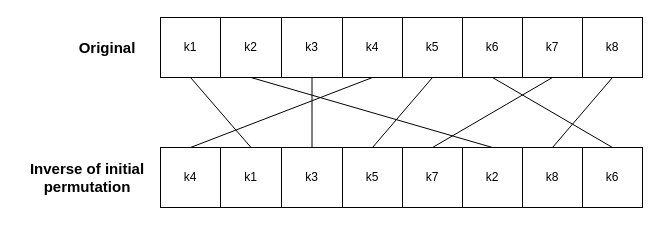
hejzlzd1/EducrypterUHK keeps this draw.io diagram as public/img/simpleDesPage/drawio/IIP.drawio. Above is the earlier version. Source tidied: cells renumbered, new cells numbered last; positions are measured from the earlier drawing's top-left corner, leaving out a move shared by most shapes. Both pictures are drawn from the tidied source at 100%, with x=0, y=0 at pixel (17, 17).
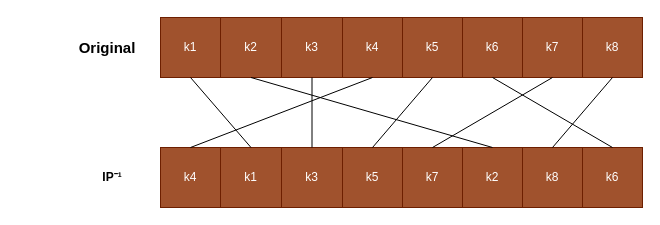
The same page after the edit.

The change refers to these unchanged cells:
```xml
<mxCell id="2" style="swimlane;startSize=0;" parent="1" vertex="1">
  <mxGeometry x="143" width="481" height="60" as="geometry" />
</mxCell>
<mxCell id="11" style="swimlane;startSize=0;" parent="1" vertex="1">
  <mxGeometry x="143" y="130" width="481" height="60" as="geometry" />
</mxCell>
```

What changed in the source:
```diff
@@
-    <mxCell id="3" value="k1" style="rounded=0;whiteSpace=wrap;html=1;" parent="2" vertex="1">
+    <mxCell id="3" value="k1" style="rounded=0;whiteSpace=wrap;html=1;fillColor=#a0522d;fontColor=#ffffff;strokeColor=#6D1F00;" parent="2" vertex="1">
       <mxGeometry width="60" height="60" as="geometry" />
     </mxCell>
-    <mxCell id="4" value="k2" style="rounded=0;whiteSpace=wrap;html=1;" parent="2" vertex="1">
+    <mxCell id="4" value="k2" style="rounded=0;whiteSpace=wrap;html=1;fillColor=#a0522d;fontColor=#ffffff;strokeColor=#6D1F00;" parent="2" vertex="1">
       <mxGeometry x="60" width="61" height="60" as="geometry" />
     </mxCell>
-    <mxCell id="5" value="k3" style="rounded=0;whiteSpace=wrap;html=1;" parent="2" vertex="1">
+    <mxCell id="5" value="k3" style="rounded=0;whiteSpace=wrap;html=1;fillColor=#a0522d;fontColor=#ffffff;strokeColor=#6D1F00;" parent="2" vertex="1">
       <mxGeometry x="121" width="61" height="60" as="geometry" />
     </mxCell>
-    <mxCell id="6" value="k4" style="rounded=0;whiteSpace=wrap;html=1;" parent="2" vertex="1">
+    <mxCell id="6" value="k4" style="rounded=0;whiteSpace=wrap;html=1;fillColor=#a0522d;fontColor=#ffffff;strokeColor=#6D1F00;" parent="2" vertex="1">
       <mxGeometry x="182" width="60" height="60" as="geometry" />
     </mxCell>
-    <mxCell id="7" value="k5" style="rounded=0;whiteSpace=wrap;html=1;" parent="2" vertex="1">
+    <mxCell id="7" value="k5" style="rounded=0;whiteSpace=wrap;html=1;fillColor=#a0522d;fontColor=#ffffff;strokeColor=#6D1F00;" parent="2" vertex="1">
       <mxGeometry x="242" width="60" height="60" as="geometry" />
     </mxCell>
-    <mxCell id="8" value="k6" style="rounded=0;whiteSpace=wrap;html=1;" parent="2" vertex="1">
+    <mxCell id="8" value="k6" style="rounded=0;whiteSpace=wrap;html=1;fillColor=#a0522d;fontColor=#ffffff;strokeColor=#6D1F00;" parent="2" vertex="1">
       <mxGeometry x="302" width="60" height="60" as="geometry" />
     </mxCell>
-    <mxCell id="9" value="k7" style="rounded=0;whiteSpace=wrap;html=1;" parent="2" vertex="1">
+    <mxCell id="9" value="k7" style="rounded=0;whiteSpace=wrap;html=1;fillColor=#a0522d;fontColor=#ffffff;strokeColor=#6D1F00;" parent="2" vertex="1">
       <mxGeometry x="362" width="60" height="60" as="geometry" />
     </mxCell>
-    <mxCell id="10" value="k8" style="rounded=0;whiteSpace=wrap;html=1;" parent="2" vertex="1">
+    <mxCell id="10" value="k8" style="rounded=0;whiteSpace=wrap;html=1;fillColor=#a0522d;fontColor=#ffffff;strokeColor=#6D1F00;" parent="2" vertex="1">
       <mxGeometry x="422" width="60" height="60" as="geometry" />
     </mxCell>
@@
-    <mxCell id="12" value="k4" style="rounded=0;whiteSpace=wrap;html=1;" parent="11" vertex="1">
+    <mxCell id="12" value="k4" style="rounded=0;whiteSpace=wrap;html=1;fillColor=#a0522d;fontColor=#ffffff;strokeColor=#6D1F00;" parent="11" vertex="1">
       <mxGeometry width="60" height="60" as="geometry" />
     </mxCell>
-    <mxCell id="13" value="k1" style="rounded=0;whiteSpace=wrap;html=1;" parent="11" vertex="1">
+    <mxCell id="13" value="k1" style="rounded=0;whiteSpace=wrap;html=1;fillColor=#a0522d;fontColor=#ffffff;strokeColor=#6D1F00;" parent="11" vertex="1">
       <mxGeometry x="60" width="61" height="60" as="geometry" />
     </mxCell>
-    <mxCell id="14" value="k3" style="rounded=0;whiteSpace=wrap;html=1;" parent="11" vertex="1">
+    <mxCell id="14" value="k3" style="rounded=0;whiteSpace=wrap;html=1;fillColor=#a0522d;fontColor=#ffffff;strokeColor=#6D1F00;" parent="11" vertex="1">
       <mxGeometry x="121" width="61" height="60" as="geometry" />
     </mxCell>
-    <mxCell id="15" value="k5" style="rounded=0;whiteSpace=wrap;html=1;" parent="11" vertex="1">
+    <mxCell id="15" value="k5" style="rounded=0;whiteSpace=wrap;html=1;fillColor=#a0522d;fontColor=#ffffff;strokeColor=#6D1F00;" parent="11" vertex="1">
       <mxGeometry x="182" width="60" height="60" as="geometry" />
     </mxCell>
-    <mxCell id="16" value="k7" style="rounded=0;whiteSpace=wrap;html=1;" parent="11" vertex="1">
+    <mxCell id="16" value="k7" style="rounded=0;whiteSpace=wrap;html=1;fillColor=#a0522d;fontColor=#ffffff;strokeColor=#6D1F00;" parent="11" vertex="1">
       <mxGeometry x="242" width="60" height="60" as="geometry" />
     </mxCell>
-    <mxCell id="17" value="k2" style="rounded=0;whiteSpace=wrap;html=1;" parent="11" vertex="1">
+    <mxCell id="17" value="k2" style="rounded=0;whiteSpace=wrap;html=1;fillColor=#a0522d;fontColor=#ffffff;strokeColor=#6D1F00;" parent="11" vertex="1">
       <mxGeometry x="302" width="60" height="60" as="geometry" />
     </mxCell>
-    <mxCell id="18" value="k8" style="rounded=0;whiteSpace=wrap;html=1;" parent="11" vertex="1">
+    <mxCell id="18" value="k8" style="rounded=0;whiteSpace=wrap;html=1;fillColor=#a0522d;fontColor=#ffffff;strokeColor=#6D1F00;" parent="11" vertex="1">
       <mxGeometry x="362" width="60" height="60" as="geometry" />
     </mxCell>
-    <mxCell id="19" value="k6" style="rounded=0;whiteSpace=wrap;html=1;" parent="11" vertex="1">
+    <mxCell id="19" value="k6" style="rounded=0;whiteSpace=wrap;html=1;fillColor=#a0522d;fontColor=#ffffff;strokeColor=#6D1F00;" parent="11" vertex="1">
       <mxGeometry x="422" width="60" height="60" as="geometry" />
     </mxCell>
-    <mxCell id="20" value="&lt;font style=&quot;font-size: 15px;&quot;&gt;&lt;b&gt;Inverse of initial permutation&lt;/b&gt;&lt;/font&gt;" style="text;html=1;strokeColor=none;fillColor=none;align=center;verticalAlign=middle;whiteSpace=wrap;rounded=0;" parent="1" vertex="1">
-      <mxGeometry y="145" width="140" height="30" as="geometry" />
+    <mxCell id="20" value="&lt;b&gt;IP⁻¹&lt;/b&gt;" style="text;html=1;strokeColor=none;fillColor=none;align=center;verticalAlign=middle;whiteSpace=wrap;rounded=0;" parent="1" vertex="1">
+      <mxGeometry x="50" y="145" width="90" height="30" as="geometry" />
     </mxCell>
```
